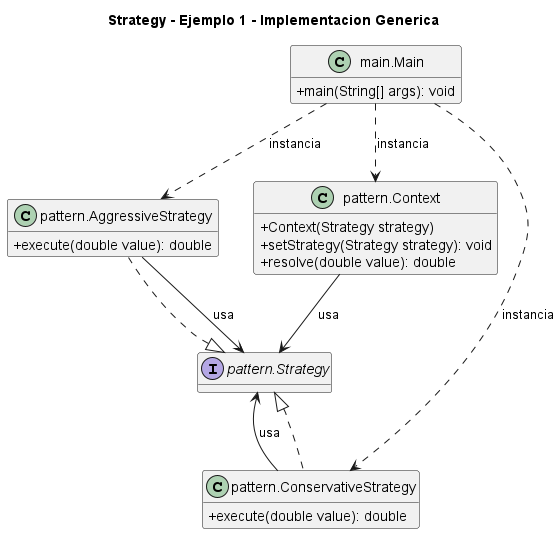
This is 3. Comportamentales/Strategy/Ejemplo 1 - Implementacion Generica/UML.png from NicoCG32/Patrones-de-Software-y-Programacion-UCN, a PlantUML export, as it was before one commit. Source of this version:
```plantuml
@startuml
title Strategy - Ejemplo 1 - Implementacion Generica
skinparam classAttributeIconSize 0
hide empty fields
class "main.Main" as main_Main {
  +main(String[] args): void
}
class "pattern.AggressiveStrategy" as pattern_AggressiveStrategy {
  +execute(double value): double
}
class "pattern.ConservativeStrategy" as pattern_ConservativeStrategy {
  +execute(double value): double
}
class "pattern.Context" as pattern_Context {
  +Context(Strategy strategy)
  +setStrategy(Strategy strategy): void
  +resolve(double value): double
}
interface "pattern.Strategy" as pattern_Strategy {
}
pattern_Strategy <|.. pattern_AggressiveStrategy
pattern_Strategy <|.. pattern_ConservativeStrategy
main_Main ..> pattern_AggressiveStrategy : instancia
main_Main ..> pattern_ConservativeStrategy : instancia
main_Main ..> pattern_Context : instancia
pattern_AggressiveStrategy --> pattern_Strategy : usa
pattern_ConservativeStrategy --> pattern_Strategy : usa
pattern_Context --> pattern_Strategy : usa
@enduml
```
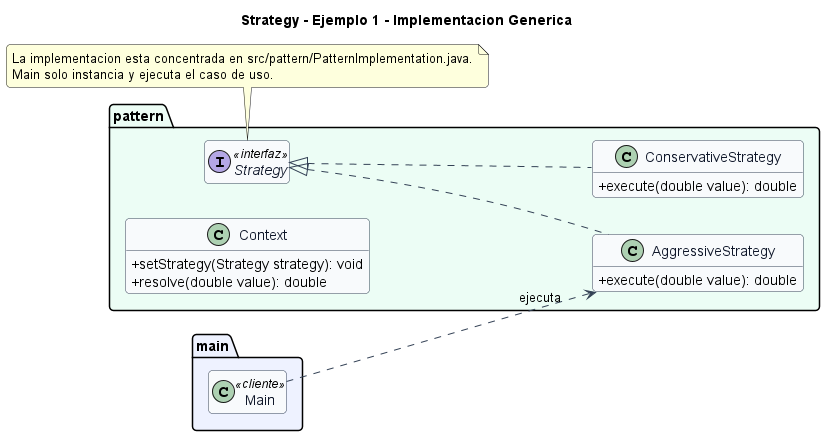
After the commit.

The edit, as a diff of the source:
```diff
@@ -1,29 +1,43 @@
 @startuml
 title Strategy - Ejemplo 1 - Implementacion Generica
+left to right direction
+skinparam backgroundColor #FFFFFF
+skinparam shadowing false
+skinparam roundcorner 8
 skinparam classAttributeIconSize 0
-hide empty fields
-class "main.Main" as main_Main {
-  +main(String[] args): void
+skinparam class {
+  BackgroundColor #F8FAFC
+  BorderColor #334155
+  ArrowColor #334155
+  FontColor #0F172A
 }
-class "pattern.AggressiveStrategy" as pattern_AggressiveStrategy {
-  +execute(double value): double
+hide empty members
+
+package "main" #EEF2FF {
+  class Main <<cliente>>
 }
-class "pattern.ConservativeStrategy" as pattern_ConservativeStrategy {
-  +execute(double value): double
+
+package "pattern" #ECFDF5 {
+  class AggressiveStrategy {
+    +execute(double value): double
+  }
+  class ConservativeStrategy {
+    +execute(double value): double
+  }
+  class Context {
+    +setStrategy(Strategy strategy): void
+    +resolve(double value): double
+  }
+  interface Strategy <<interfaz>> {
+  }
 }
-class "pattern.Context" as pattern_Context {
-  +Context(Strategy strategy)
-  +setStrategy(Strategy strategy): void
-  +resolve(double value): double
-}
-interface "pattern.Strategy" as pattern_Strategy {
-}
-pattern_Strategy <|.. pattern_AggressiveStrategy
-pattern_Strategy <|.. pattern_ConservativeStrategy
-main_Main ..> pattern_AggressiveStrategy : instancia
-main_Main ..> pattern_ConservativeStrategy : instancia
-main_Main ..> pattern_Context : instancia
-pattern_AggressiveStrategy --> pattern_Strategy : usa
-pattern_ConservativeStrategy --> pattern_Strategy : usa
-pattern_Context --> pattern_Strategy : usa
+
+Strategy <|.. AggressiveStrategy
+Strategy <|.. ConservativeStrategy
+Main ..> AggressiveStrategy : ejecuta
+
+note bottom
+La implementacion esta concentrada en src/pattern/PatternImplementation.java.
+Main solo instancia y ejecuta el caso de uso.
+end note
 @enduml
```
